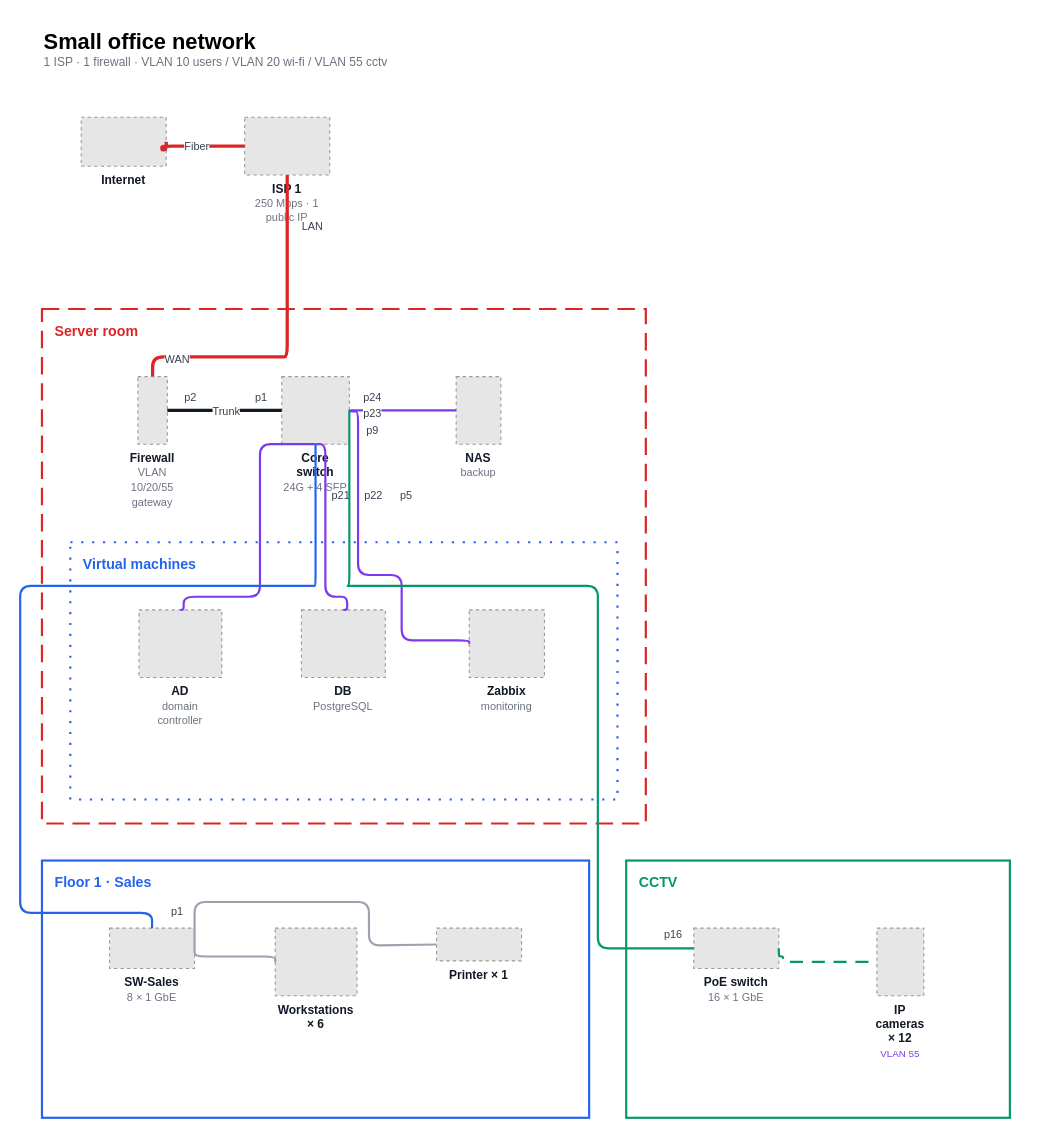
Before: page "Office" (1 of 2) of topology-creator/examples/small-office.drawio in shkholikov/ithink-skills, a draw.io diagram. Source tidied: cells renumbered, new cells numbered last; positions are measured from the earlier drawing's top-left corner, leaving out a move shared by most shapes. Both pictures are drawn from the tidied source at 109%, with x=0, y=0 at pixel (20, 19). Pictures stored in the file or linked from it are replaced by grey dashed boxes.
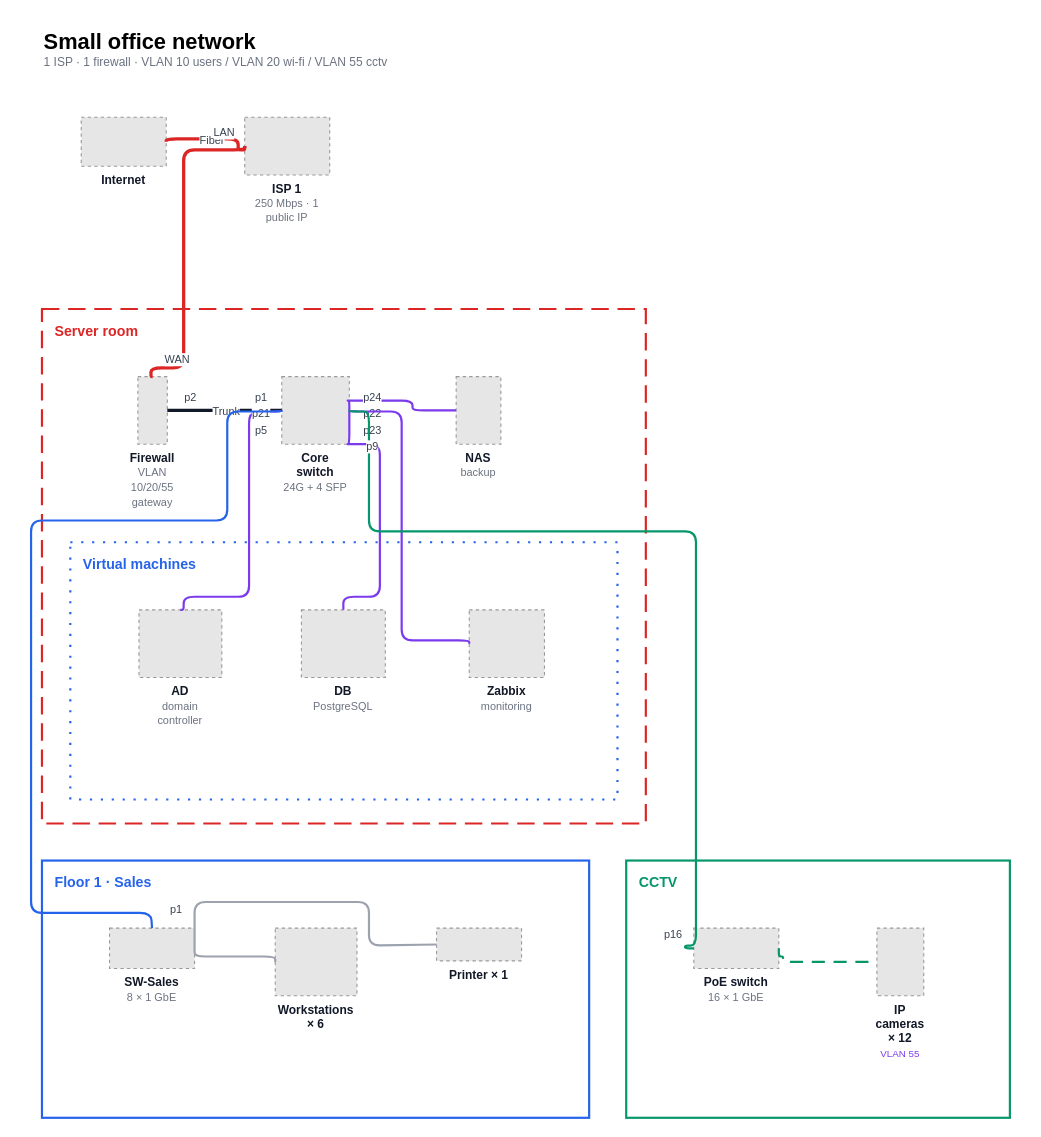
Above is the later version.

Unchanged cells that the change refers to:
```xml
<mxCell id="4" value="&lt;b&gt;Firewall&lt;/b&gt;&lt;br/&gt;&lt;font style='font-size:10px' color='#6B7280'&gt;VLAN 10/20/55 gateway&lt;/font&gt;" style="fillColor=#E6E6E6;strokeColor=#999999;dashed=1;html=1;labelBackgroundColor=none;verticalLabelPosition=bottom;verticalAlign=top;align=center;whiteSpace=wrap;fontSize=11;fontColor=#111827;" parent="3" vertex="1">
  <mxGeometry x="88" y="62" width="27" height="62" as="geometry" />
</mxCell>
<mxCell id="5" value="&lt;b&gt;Core switch&lt;/b&gt;&lt;br/&gt;&lt;font style='font-size:10px' color='#6B7280'&gt;24G + 4 SFP&lt;/font&gt;" style="fillColor=#E6E6E6;strokeColor=#999999;dashed=1;html=1;labelBackgroundColor=none;verticalLabelPosition=bottom;verticalAlign=top;align=center;whiteSpace=wrap;fontSize=11;fontColor=#111827;" parent="3" vertex="1">
  <mxGeometry x="220" y="62" width="62" height="62" as="geometry" />
</mxCell>
<mxCell id="6" value="&lt;b&gt;NAS&lt;/b&gt;&lt;br/&gt;&lt;font style='font-size:10px' color='#6B7280'&gt;backup&lt;/font&gt;" style="fillColor=#E6E6E6;strokeColor=#999999;dashed=1;html=1;labelBackgroundColor=none;verticalLabelPosition=bottom;verticalAlign=top;align=center;whiteSpace=wrap;fontSize=11;fontColor=#111827;" parent="3" vertex="1">
  <mxGeometry x="380" y="62" width="41" height="62" as="geometry" />
</mxCell>
<mxCell id="8" value="&lt;b&gt;AD&lt;/b&gt;&lt;br/&gt;&lt;font style='font-size:10px' color='#6B7280'&gt;domain controller&lt;/font&gt;" style="fillColor=#E6E6E6;strokeColor=#999999;dashed=1;html=1;labelBackgroundColor=none;verticalLabelPosition=bottom;verticalAlign=top;align=center;whiteSpace=wrap;fontSize=11;fontColor=#111827;" parent="7" vertex="1">
  <mxGeometry x="63" y="62" width="76" height="62" as="geometry" />
</mxCell>
<mxCell id="9" value="&lt;b&gt;DB&lt;/b&gt;&lt;br/&gt;&lt;font style='font-size:10px' color='#6B7280'&gt;PostgreSQL&lt;/font&gt;" style="fillColor=#E6E6E6;strokeColor=#999999;dashed=1;html=1;labelBackgroundColor=none;verticalLabelPosition=bottom;verticalAlign=top;align=center;whiteSpace=wrap;fontSize=11;fontColor=#111827;" parent="7" vertex="1">
  <mxGeometry x="212" y="62" width="77" height="62" as="geometry" />
</mxCell>
<mxCell id="10" value="&lt;b&gt;Zabbix&lt;/b&gt;&lt;br/&gt;&lt;font style='font-size:10px' color='#6B7280'&gt;monitoring&lt;/font&gt;" style="fillColor=#E6E6E6;strokeColor=#999999;dashed=1;html=1;labelBackgroundColor=none;verticalLabelPosition=bottom;verticalAlign=top;align=center;whiteSpace=wrap;fontSize=11;fontColor=#111827;" parent="7" vertex="1">
  <mxGeometry x="366" y="62" width="69" height="62" as="geometry" />
</mxCell>
<mxCell id="12" value="&lt;b&gt;SW-Sales&lt;/b&gt;&lt;br/&gt;&lt;font style='font-size:10px' color='#6B7280'&gt;8 × 1 GbE&lt;/font&gt;" style="fillColor=#E6E6E6;strokeColor=#999999;dashed=1;html=1;labelBackgroundColor=none;verticalLabelPosition=bottom;verticalAlign=top;align=center;whiteSpace=wrap;fontSize=11;fontColor=#111827;" parent="11" vertex="1">
  <mxGeometry x="62" y="62" width="78" height="37" as="geometry" />
</mxCell>
<mxCell id="16" value="&lt;b&gt;PoE switch&lt;/b&gt;&lt;br/&gt;&lt;font style='font-size:10px' color='#6B7280'&gt;16 × 1 GbE&lt;/font&gt;" style="fillColor=#E6E6E6;strokeColor=#999999;dashed=1;html=1;labelBackgroundColor=none;verticalLabelPosition=bottom;verticalAlign=top;align=center;whiteSpace=wrap;fontSize=11;fontColor=#111827;" parent="15" vertex="1">
  <mxGeometry x="62" y="62" width="78" height="37" as="geometry" />
</mxCell>
<mxCell id="18" value="&lt;b&gt;Internet&lt;/b&gt;" style="fillColor=#E6E6E6;strokeColor=#999999;dashed=1;html=1;labelBackgroundColor=none;verticalLabelPosition=bottom;verticalAlign=top;align=center;whiteSpace=wrap;fontSize=11;fontColor=#111827;" parent="1" vertex="1">
  <mxGeometry x="56" y="90" width="78" height="45" as="geometry" />
</mxCell>
<mxCell id="19" value="&lt;b&gt;ISP 1&lt;/b&gt;&lt;br/&gt;&lt;font style='font-size:10px' color='#6B7280'&gt;250 Mbps · 1 public IP&lt;/font&gt;" style="fillColor=#E6E6E6;strokeColor=#999999;dashed=1;html=1;labelBackgroundColor=none;verticalLabelPosition=bottom;verticalAlign=top;align=center;whiteSpace=wrap;fontSize=11;fontColor=#111827;" parent="1" vertex="1">
  <mxGeometry x="206" y="90" width="78" height="53" as="geometry" />
</mxCell>
```

The edit, as a diff of the source:
```diff
@@
     <mxCell id="20" style="edgeStyle=orthogonalEdgeStyle;rounded=1;html=1;jettySize=auto;endArrow=none;startArrow=none;strokeColor=#DC2626;strokeWidth=3;dashed=0;exitX=1;exitY=0.5;exitDx=0;exitDy=0;entryX=0;entryY=0.5;entryDx=0;entryDy=0;" parent="1" edge="1" source="18" target="19">
       <mxGeometry relative="1" as="geometry">
         <Array as="points">
-          <mxPoint x="130" y="120" />
+          <mxPoint x="200" y="110" />
+          <mxPoint x="200" y="120" />
         </Array>
       </mxGeometry>
     </mxCell>
@@
-    <mxCell id="22" style="edgeStyle=orthogonalEdgeStyle;rounded=1;html=1;jettySize=auto;endArrow=none;startArrow=none;strokeColor=#DC2626;strokeWidth=3;dashed=0;exitX=0.5;exitY=1;exitDx=0;exitDy=0;entryX=0.5;entryY=0;entryDx=0;entryDy=0;" parent="1" edge="1" source="19" target="4">
+    <mxCell id="22" style="edgeStyle=orthogonalEdgeStyle;rounded=1;html=1;jettySize=auto;endArrow=none;startArrow=none;strokeColor=#DC2626;strokeWidth=3;dashed=0;exitX=0;exitY=0.5;exitDx=0;exitDy=0;entryX=0.5;entryY=0;entryDx=0;entryDy=0;" parent="1" edge="1" source="19" target="4">
       <mxGeometry relative="1" as="geometry">
         <Array as="points">
-          <mxPoint x="240" y="310" />
-          <mxPoint x="120" y="310" />
+          <mxPoint x="150" y="120" />
+          <mxPoint x="150" y="320" />
+          <mxPoint x="120" y="320" />
         </Array>
       </mxGeometry>
     </mxCell>
     <mxCell id="23" value="LAN" style="edgeLabel;html=1;align=center;verticalAlign=middle;fontSize=10;fontColor=#374151;labelBackgroundColor=#FFFFFF;spacing=2;" parent="22" vertex="1">
       <mxGeometry x="-1" relative="1" as="geometry">
-        <mxPoint x="22" y="46" as="offset" />
+        <mxPoint x="-20" y="-13" as="offset" />
       </mxGeometry>
     </mxCell>
@@
     <mxCell id="29" style="edgeStyle=orthogonalEdgeStyle;rounded=1;html=1;jettySize=auto;endArrow=none;startArrow=none;strokeColor=#7C3AED;strokeWidth=2;dashed=0;exitX=1;exitY=0.5;exitDx=0;exitDy=0;entryX=0;entryY=0.5;entryDx=0;entryDy=0;" parent="1" edge="1" source="5" target="6">
-      <mxGeometry relative="1" as="geometry" />
+      <mxGeometry relative="1" as="geometry">
+        <Array as="points">
+          <mxPoint x="300" y="350" />
+          <mxPoint x="360" y="350" />
+          <mxPoint x="360" y="360" />
+        </Array>
+      </mxGeometry>
     </mxCell>
@@
-    <mxCell id="31" style="edgeStyle=orthogonalEdgeStyle;rounded=1;html=1;jettySize=auto;endArrow=none;startArrow=none;strokeColor=#7C3AED;strokeWidth=2;dashed=0;exitX=0.5;exitY=1;exitDx=0;exitDy=0;entryX=0.5;entryY=0;entryDx=0;entryDy=0;" parent="1" edge="1" source="5" target="8">
+    <mxCell id="31" style="edgeStyle=orthogonalEdgeStyle;rounded=1;html=1;jettySize=auto;endArrow=none;startArrow=none;strokeColor=#7C3AED;strokeWidth=2;dashed=0;exitX=0;exitY=0.5;exitDx=0;exitDy=0;entryX=0.5;entryY=0;entryDx=0;entryDy=0;" parent="1" edge="1" source="5" target="8">
       <mxGeometry relative="1" as="geometry">
         <Array as="points">
-          <mxPoint x="220" y="390" />
-          <mxPoint x="220" y="530" />
+          <mxPoint x="210" y="360" />
+          <mxPoint x="210" y="530" />
           <mxPoint x="150" y="530" />
         </Array>
       </mxGeometry>
     </mxCell>
     <mxCell id="32" value="p21" style="edgeLabel;html=1;align=center;verticalAlign=middle;fontSize=10;fontColor=#374151;labelBackgroundColor=#FFFFFF;spacing=2;" parent="31" vertex="1">
       <mxGeometry x="-1" relative="1" as="geometry">
-        <mxPoint x="22" y="46" as="offset" />
+        <mxPoint x="-20" y="2" as="offset" />
       </mxGeometry>
     </mxCell>
-    <mxCell id="33" style="edgeStyle=orthogonalEdgeStyle;rounded=1;html=1;jettySize=auto;endArrow=none;startArrow=none;strokeColor=#7C3AED;strokeWidth=2;dashed=0;exitX=0.5;exitY=1;exitDx=0;exitDy=0;entryX=0.5;entryY=0;entryDx=0;entryDy=0;" parent="1" edge="1" source="5" target="9">
+    <mxCell id="33" style="edgeStyle=orthogonalEdgeStyle;rounded=1;html=1;jettySize=auto;endArrow=none;startArrow=none;strokeColor=#7C3AED;strokeWidth=2;dashed=0;exitX=1;exitY=0.5;exitDx=0;exitDy=0;entryX=0.5;entryY=0;entryDx=0;entryDy=0;" parent="1" edge="1" source="5" target="9">
       <mxGeometry relative="1" as="geometry">
         <Array as="points">
-          <mxPoint x="280" y="390" />
-          <mxPoint x="280" y="530" />
+          <mxPoint x="300" y="390" />
+          <mxPoint x="330" y="390" />
+          <mxPoint x="330" y="530" />
           <mxPoint x="300" y="530" />
         </Array>
       </mxGeometry>
     </mxCell>
     <mxCell id="34" value="p22" style="edgeLabel;html=1;align=center;verticalAlign=middle;fontSize=10;fontColor=#374151;labelBackgroundColor=#FFFFFF;spacing=2;" parent="33" vertex="1">
       <mxGeometry x="-1" relative="1" as="geometry">
-        <mxPoint x="52" y="46" as="offset" />
+        <mxPoint x="20" y="2" as="offset" />
       </mxGeometry>
     </mxCell>
     <mxCell id="35" style="edgeStyle=orthogonalEdgeStyle;rounded=1;html=1;jettySize=auto;endArrow=none;startArrow=none;strokeColor=#7C3AED;strokeWidth=2;dashed=0;exitX=1;exitY=0.5;exitDx=0;exitDy=0;entryX=0;entryY=0.5;entryDx=0;entryDy=0;" parent="1" edge="1" source="5" target="10">
       <mxGeometry relative="1" as="geometry">
         <Array as="points">
-          <mxPoint x="310" y="360" />
-          <mxPoint x="310" y="510" />
-          <mxPoint x="350" y="510" />
+          <mxPoint x="350" y="360" />
           <mxPoint x="350" y="570" />
         </Array>
       </mxGeometry>
     </mxCell>
     <mxCell id="36" value="p23" style="edgeLabel;html=1;align=center;verticalAlign=middle;fontSize=10;fontColor=#374151;labelBackgroundColor=#FFFFFF;spacing=2;" parent="35" vertex="1">
       <mxGeometry x="-1" relative="1" as="geometry">
-        <mxPoint x="20" y="2" as="offset" />
+        <mxPoint x="20" y="17" as="offset" />
       </mxGeometry>
     </mxCell>
-    <mxCell id="37" style="edgeStyle=orthogonalEdgeStyle;rounded=1;html=1;jettySize=auto;endArrow=none;startArrow=none;strokeColor=#2563EB;strokeWidth=2;dashed=0;exitX=0.5;exitY=1;exitDx=0;exitDy=0;entryX=0.5;entryY=0;entryDx=0;entryDy=0;" parent="1" edge="1" source="5" target="12">
+    <mxCell id="37" style="edgeStyle=orthogonalEdgeStyle;rounded=1;html=1;jettySize=auto;endArrow=none;startArrow=none;strokeColor=#2563EB;strokeWidth=2;dashed=0;exitX=0;exitY=0.5;exitDx=0;exitDy=0;entryX=0.5;entryY=0;entryDx=0;entryDy=0;" parent="1" edge="1" source="5" target="12">
       <mxGeometry relative="1" as="geometry">
         <Array as="points">
-          <mxPoint x="270" y="520" />
-          <mxPoint y="520" />
-          <mxPoint y="820" />
+          <mxPoint x="190" y="360" />
+          <mxPoint x="190" y="460" />
+          <mxPoint x="10" y="460" />
+          <mxPoint x="10" y="820" />
           <mxPoint x="120" y="820" />
         </Array>
       </mxGeometry>
     </mxCell>
     <mxCell id="38" value="p5" style="edgeLabel;html=1;align=center;verticalAlign=middle;fontSize=10;fontColor=#374151;labelBackgroundColor=#FFFFFF;spacing=2;" parent="37" vertex="1">
       <mxGeometry x="-1" relative="1" as="geometry">
-        <mxPoint x="82" y="46" as="offset" />
+        <mxPoint x="-20" y="17" as="offset" />
       </mxGeometry>
     </mxCell>
@@
     <mxCell id="42" style="edgeStyle=orthogonalEdgeStyle;rounded=1;html=1;jettySize=auto;endArrow=none;startArrow=none;strokeColor=#059669;strokeWidth=2;dashed=0;exitX=1;exitY=0.5;exitDx=0;exitDy=0;entryX=0;entryY=0.5;entryDx=0;entryDy=0;" parent="1" edge="1" source="5" target="16">
       <mxGeometry relative="1" as="geometry">
         <Array as="points">
-          <mxPoint x="300" y="520" />
-          <mxPoint x="530" y="520" />
-          <mxPoint x="530" y="850" />
+          <mxPoint x="320" y="360" />
+          <mxPoint x="320" y="470" />
+          <mxPoint x="620" y="470" />
+          <mxPoint x="620" y="850" />
+          <mxPoint x="610" y="850" />
         </Array>
       </mxGeometry>
     </mxCell>
     <mxCell id="43" value="p9" style="edgeLabel;html=1;align=center;verticalAlign=middle;fontSize=10;fontColor=#374151;labelBackgroundColor=#FFFFFF;spacing=2;" parent="42" vertex="1">
       <mxGeometry x="-1" relative="1" as="geometry">
-        <mxPoint x="20" y="17" as="offset" />
+        <mxPoint x="20" y="32" as="offset" />
       </mxGeometry>
     </mxCell>
```
